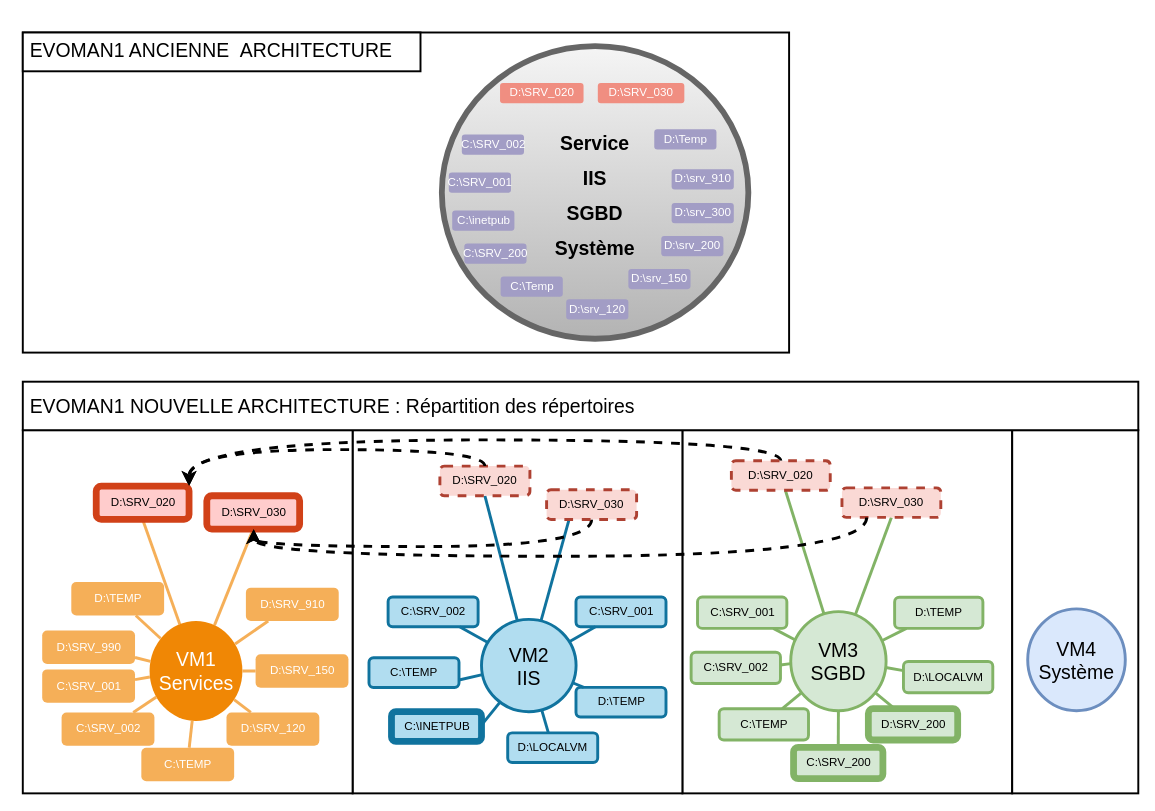
Earlier version of the draw.io diagram Untitled Diagram.drawio (aderty/cahierdevie). Source tidied: cells renumbered, new cells numbered last; positions are measured from the earlier drawing's top-left corner, leaving out a move shared by most shapes. Both pictures are drawn from the tidied source at 97%, with x=0, y=0 at pixel (22, 32).
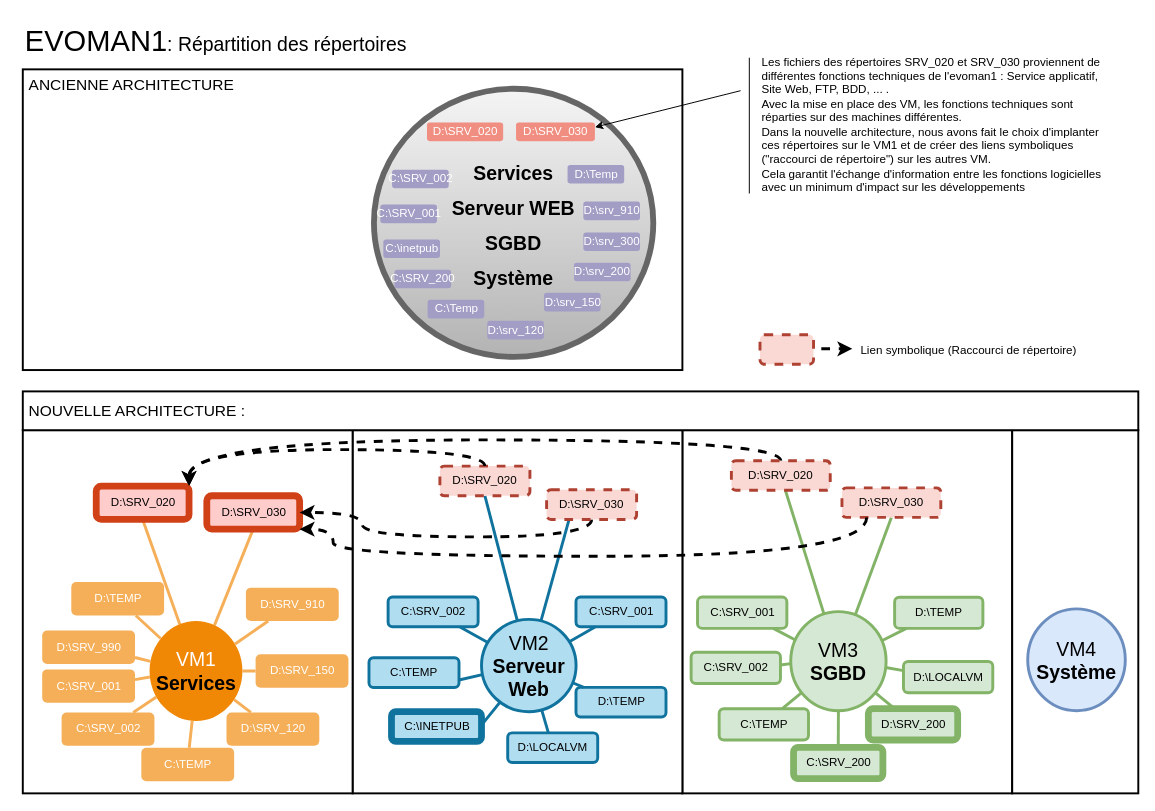
The same page after the edit.

Unchanged cells that the change refers to:
```xml
<mxCell id="76" value="D:\SRV_030" style="rounded=1;fillColor=#fad9d5;strokeColor=#ae4132;strokeWidth=3;shadow=0;html=1;dashed=1;" parent="1" vertex="1">
  <mxGeometry x="844.5" y="469.5" width="101.9" height="30.4" as="geometry" />
</mxCell>
<mxCell id="80" value="D:\SRV_030" style="rounded=1;fillColor=#ffcccc;strokeWidth=7;shadow=0;html=1;strokeColor=#D14118;" parent="1" vertex="1">
  <mxGeometry x="189.7" y="477.6" width="95.7" height="34.4" as="geometry" />
</mxCell>
<mxCell id="83" value="D:\SRV_030" style="rounded=1;fillColor=#fad9d5;strokeColor=#ae4132;strokeWidth=3;shadow=0;html=1;dashed=1;" parent="1" vertex="1">
  <mxGeometry x="540" y="471.4" width="92.8" height="30.6" as="geometry" />
</mxCell>
```

Diff of the diagram source:
```diff
@@
-    <mxCell id="5" value="&lt;font style=&quot;font-size: 20px&quot;&gt;&lt;br&gt;&lt;/font&gt;" style="rounded=0;whiteSpace=wrap;html=1;fontColor=#000000;strokeWidth=2;align=left;verticalAlign=top;" parent="1" vertex="1">
-      <mxGeometry width="790" height="330" as="geometry" />
+    <mxCell id="5" value="&lt;font style=&quot;font-size: 16px&quot;&gt;&amp;nbsp;ANCIENNE ARCHITECTURE&lt;br style=&quot;font-size: 16px&quot;&gt;&lt;/font&gt;" style="rounded=0;whiteSpace=wrap;html=1;fontColor=#000000;strokeWidth=2;align=left;verticalAlign=top;fontSize=16;" parent="1" vertex="1">
+      <mxGeometry y="38" width="680" height="310" as="geometry" />
     </mxCell>
@@
-    <mxCell id="7" value="VM4&lt;br&gt;Système" style="ellipse;whiteSpace=wrap;html=1;shadow=0;fontFamily=Helvetica;fontSize=20;align=center;strokeWidth=3;fillColor=#dae8fc;strokeColor=#6c8ebf;" parent="1" vertex="1">
+    <mxCell id="7" value="VM4&lt;br&gt;&lt;b&gt;Système&lt;/b&gt;" style="ellipse;whiteSpace=wrap;html=1;shadow=0;fontFamily=Helvetica;fontSize=20;align=center;strokeWidth=3;fillColor=#dae8fc;strokeColor=#6c8ebf;" parent="1" vertex="1">
       <mxGeometry x="1036" y="594.2" width="100.6" height="105" as="geometry" />
     </mxCell>
     <mxCell id="8" style="group;" parent="1" vertex="1">
-      <mxGeometry x="432" y="14" width="316" height="310" as="geometry" />
+      <mxGeometry x="362" y="58" width="288" height="284" as="geometry" />
     </mxCell>
-    <mxCell id="9" value="&lt;font style=&quot;font-size: 20px&quot;&gt;Service&lt;br&gt;IIS&lt;br&gt;SGBD&lt;br&gt;Système&lt;br&gt;&lt;/font&gt;" style="ellipse;whiteSpace=wrap;html=1;shadow=0;fontFamily=Helvetica;fontSize=30;align=center;strokeWidth=6;fontStyle=1;gradientColor=#b3b3b3;fillColor=#f5f5f5;strokeColor=#666666;" parent="8" vertex="1">
-      <mxGeometry width="316" height="301.7" as="geometry" />
+    <mxCell id="9" value="&lt;font style=&quot;font-size: 20px&quot;&gt;Services&lt;br&gt;Serveur WEB&lt;br&gt;SGBD&lt;br&gt;Système&lt;br&gt;&lt;/font&gt;" style="ellipse;whiteSpace=wrap;html=1;shadow=0;fontFamily=Helvetica;fontSize=30;align=center;strokeWidth=6;fontStyle=1;gradientColor=#b3b3b3;fillColor=#f5f5f5;strokeColor=#666666;" parent="8" vertex="1">
+      <mxGeometry width="288" height="276.4" as="geometry" />
     </mxCell>
     <mxCell id="10" value="D:\Temp" style="rounded=1;fillColor=#a29dc5;strokeColor=none;strokeWidth=3;shadow=0;html=1;fontColor=#FFFFFF;" parent="8" vertex="1">
-      <mxGeometry x="219" y="85.8" width="64.1" height="20.9" as="geometry" />
+      <mxGeometry x="199.6" y="78.6" width="58.4" height="19.2" as="geometry" />
     </mxCell>
     <mxCell id="11" value="C:\SRV_002" style="rounded=1;fillColor=#a29dc5;strokeColor=none;strokeWidth=3;shadow=0;html=1;fontColor=#FFFFFF;" parent="8" vertex="1">
-      <mxGeometry x="20.6" y="91.1" width="64.1" height="20.9" as="geometry" />
+      <mxGeometry x="18.7" y="83.4" width="58.4" height="19.2" as="geometry" />
     </mxCell>
     <mxCell id="12" value="D:\SRV_020" style="rounded=1;fillColor=#f08e81;strokeColor=none;strokeWidth=3;shadow=0;html=1;fontColor=#FFFFFF;" parent="8" vertex="1">
-      <mxGeometry x="60" y="38" width="86.1" height="20.9" as="geometry" />
+      <mxGeometry x="54.7" y="34.8" width="78.5" height="19.2" as="geometry" />
     </mxCell>
     <mxCell id="13" value="D:\SRV_030" style="rounded=1;fillColor=#f08e81;strokeColor=none;strokeWidth=3;shadow=0;html=1;fontColor=#FFFFFF;" parent="8" vertex="1">
-      <mxGeometry x="160.8" y="38" width="89.2" height="20.9" as="geometry" />
+      <mxGeometry x="146.5" y="34.8" width="81.3" height="19.2" as="geometry" />
     </mxCell>
     <mxCell id="14" value="C:\SRV_001" style="rounded=1;fillColor=#a29dc5;strokeColor=none;strokeWidth=3;shadow=0;html=1;fontColor=#FFFFFF;" parent="8" vertex="1">
-      <mxGeometry x="7.2" y="130.3" width="64.1" height="20.9" as="geometry" />
+      <mxGeometry x="6.6" y="119.4" width="58.4" height="19.2" as="geometry" />
     </mxCell>
     <mxCell id="15" value="C:\inetpub" style="rounded=1;fillColor=#a29dc5;strokeColor=none;strokeWidth=3;shadow=0;html=1;fontColor=#FFFFFF;" parent="8" vertex="1">
-      <mxGeometry x="10.7" y="169.5" width="64.1" height="20.9" as="geometry" />
+      <mxGeometry x="9.7" y="155.3" width="58.4" height="19.2" as="geometry" />
     </mxCell>
     <mxCell id="16" value="C:\SRV_200" style="rounded=1;fillColor=#a29dc5;strokeColor=none;strokeWidth=3;shadow=0;html=1;fontColor=#FFFFFF;" parent="8" vertex="1">
-      <mxGeometry x="23.2" y="203.5" width="64.1" height="20.9" as="geometry" />
+      <mxGeometry x="21.2" y="186.5" width="58.4" height="19.2" as="geometry" />
     </mxCell>
     <mxCell id="17" value="C:\Temp" style="rounded=1;fillColor=#a29dc5;strokeColor=none;strokeWidth=3;shadow=0;html=1;fontColor=#FFFFFF;" parent="8" vertex="1">
-      <mxGeometry x="60.6" y="237.5" width="64.1" height="20.9" as="geometry" />
+      <mxGeometry x="55.3" y="217.6" width="58.4" height="19.2" as="geometry" />
     </mxCell>
     <mxCell id="18" value="D:\srv_120" style="rounded=1;fillColor=#a29dc5;strokeColor=none;strokeWidth=3;shadow=0;html=1;fontColor=#FFFFFF;" parent="8" vertex="1">
-      <mxGeometry x="128.2" y="261.1" width="64.1" height="20.9" as="geometry" />
+      <mxGeometry x="116.8" y="239.2" width="58.4" height="19.2" as="geometry" />
     </mxCell>
     <mxCell id="19" value="D:\srv_150" style="rounded=1;fillColor=#a29dc5;strokeColor=none;strokeWidth=3;shadow=0;html=1;fontColor=#FFFFFF;" parent="8" vertex="1">
-      <mxGeometry x="192.3" y="229.7" width="64.1" height="20.9" as="geometry" />
+      <mxGeometry x="175.3" y="210.4" width="58.4" height="19.2" as="geometry" />
     </mxCell>
     <mxCell id="20" value="D:\srv_200" style="rounded=1;fillColor=#a29dc5;strokeColor=none;strokeWidth=3;shadow=0;html=1;fontColor=#FFFFFF;" parent="8" vertex="1">
-      <mxGeometry x="226.2" y="195.7" width="64.1" height="20.9" as="geometry" />
+      <mxGeometry x="206.2" y="179.3" width="58.4" height="19.2" as="geometry" />
     </mxCell>
     <mxCell id="21" value="D:\srv_300" style="rounded=1;fillColor=#a29dc5;strokeColor=none;strokeWidth=3;shadow=0;html=1;fontColor=#FFFFFF;" parent="8" vertex="1">
-      <mxGeometry x="236.9" y="161.7" width="64.1" height="20.9" as="geometry" />
+      <mxGeometry x="215.9" y="148.1" width="58.4" height="19.2" as="geometry" />
     </mxCell>
     <mxCell id="22" value="D:\srv_910" style="rounded=1;fillColor=#a29dc5;strokeColor=none;strokeWidth=3;shadow=0;html=1;fontColor=#FFFFFF;" parent="8" vertex="1">
-      <mxGeometry x="236.9" y="126.9" width="64.1" height="20.9" as="geometry" />
+      <mxGeometry x="215.9" y="116.3" width="58.4" height="19.2" as="geometry" />
     </mxCell>
@@
-    <mxCell id="29" value="VM3&lt;br&gt;SGBD" style="ellipse;whiteSpace=wrap;html=1;shadow=0;fontFamily=Helvetica;fontSize=20;align=center;strokeWidth=3;fillColor=#d5e8d4;strokeColor=#82b366;" parent="1" vertex="1">
+    <mxCell id="29" value="VM3&lt;br&gt;&lt;b&gt;SGBD&lt;/b&gt;" style="ellipse;whiteSpace=wrap;html=1;shadow=0;fontFamily=Helvetica;fontSize=20;align=center;strokeWidth=3;fillColor=#d5e8d4;strokeColor=#82b366;" parent="1" vertex="1">
       <mxGeometry x="791.7" y="597" width="98.3" height="102.2" as="geometry" />
     </mxCell>
@@
-    <mxCell id="37" value="VM1&lt;br&gt;Services" style="ellipse;whiteSpace=wrap;html=1;shadow=0;fontFamily=Helvetica;fontSize=20;fontColor=#FFFFFF;align=center;strokeWidth=3;fillColor=#F08705;strokeColor=none;gradientColor=none;" parent="1" vertex="1">
+    <mxCell id="37" value="VM1&lt;br&gt;&lt;b&gt;&lt;font color=&quot;#000000&quot;&gt;Services&lt;/font&gt;&lt;/b&gt;" style="ellipse;whiteSpace=wrap;html=1;shadow=0;fontFamily=Helvetica;fontSize=20;fontColor=#FFFFFF;align=center;strokeWidth=3;fillColor=#F08705;strokeColor=none;gradientColor=none;" parent="1" vertex="1">
       <mxGeometry x="130.7" y="606.7" width="95.7" height="103.1" as="geometry" />
     </mxCell>
@@
-    <mxCell id="54" value="VM2&lt;br&gt;IIS" style="ellipse;whiteSpace=wrap;html=1;shadow=0;fontFamily=Helvetica;fontSize=20;align=center;strokeWidth=3;fillColor=#b1ddf0;strokeColor=#10739e;" parent="1" vertex="1">
+    <mxCell id="54" value="VM2&lt;br&gt;&lt;b&gt;Serveur&lt;br&gt;Web&lt;br&gt;&lt;/b&gt;" style="ellipse;whiteSpace=wrap;html=1;shadow=0;fontFamily=Helvetica;fontSize=20;align=center;strokeWidth=3;fillColor=#b1ddf0;strokeColor=#10739e;" parent="1" vertex="1">
       <mxGeometry x="472.9" y="605" width="97.5" height="95.2" as="geometry" />
     </mxCell>
@@
-    <mxCell id="75" value="&lt;font style=&quot;font-size: 20px&quot;&gt;&amp;nbsp;EVOMAN1 NOUVELLE ARCHITECTURE :&amp;nbsp;&lt;/font&gt;&lt;span style=&quot;font-size: 20px&quot;&gt;Répartition des répertoires&lt;/span&gt;" style="rounded=0;whiteSpace=wrap;html=1;fontColor=#000000;strokeWidth=2;align=left;" parent="1" vertex="1">
-      <mxGeometry y="360" width="1150" height="50" as="geometry" />
+    <mxCell id="75" value="&lt;font style=&quot;font-size: 16px&quot;&gt;&amp;nbsp;NOUVELLE ARCHITECTURE :&amp;nbsp;&lt;/font&gt;" style="rounded=0;whiteSpace=wrap;html=1;fontColor=#000000;strokeWidth=2;align=left;fontSize=16;" parent="1" vertex="1">
+      <mxGeometry y="370" width="1150" height="40" as="geometry" />
     </mxCell>
@@
-    <mxCell id="82" style="edgeStyle=orthogonalEdgeStyle;curved=1;rounded=0;jettySize=auto;html=1;dashed=1;fontColor=#000000;strokeWidth=3;" parent="1" edge="1" source="83" target="80">
+    <mxCell id="82" style="edgeStyle=orthogonalEdgeStyle;curved=1;rounded=0;jettySize=auto;html=1;dashed=1;fontColor=#000000;strokeWidth=3;entryX=1;entryY=0.5;entryDx=0;entryDy=0;" parent="1" edge="1" source="83" target="80">
       <mxGeometry relative="1" as="geometry">
         <Array as="points">
-          <mxPoint x="586" y="530" />
-          <mxPoint x="238" y="530" />
+          <mxPoint x="586" y="520" />
+          <mxPoint x="350" y="520" />
+          <mxPoint x="350" y="495" />
         </Array>
       </mxGeometry>
     </mxCell>
@@
-    <mxCell id="84" value="&lt;font style=&quot;font-size: 20px&quot;&gt;&amp;nbsp;EVOMAN1 ANCIENNE &amp;nbsp;ARCHITECTURE&amp;nbsp;&lt;br&gt;&lt;br&gt;&lt;/font&gt;" style="rounded=0;whiteSpace=wrap;html=1;fontColor=#000000;strokeWidth=2;align=left;verticalAlign=top;" parent="1" vertex="1">
-      <mxGeometry width="410" height="40" as="geometry" />
+    <mxCell id="84" value="&lt;font style=&quot;font-size: 20px&quot;&gt;&amp;nbsp;&lt;/font&gt;&lt;font style=&quot;font-size: 30px&quot;&gt;EVOMAN1&lt;/font&gt;&lt;font style=&quot;font-size: 20px&quot;&gt;: Répartition des répertoires&lt;br style=&quot;font-size: 20px&quot;&gt;&lt;/font&gt;" style="rounded=0;whiteSpace=wrap;html=1;fontColor=#000000;strokeWidth=2;align=left;verticalAlign=top;strokeColor=#FFFFFF;fontSize=20;" parent="1" vertex="1">
+      <mxGeometry x="-5" y="-15" width="520" height="40" as="geometry" />
     </mxCell>
@@
-    <mxCell id="86" style="edgeStyle=orthogonalEdgeStyle;curved=1;rounded=0;jettySize=auto;html=1;dashed=1;fontColor=#000000;strokeWidth=3;exitX=0.25;exitY=1;exitDx=0;exitDy=0;" parent="1" edge="1" source="76" target="80">
+    <mxCell id="86" style="edgeStyle=orthogonalEdgeStyle;curved=1;rounded=0;jettySize=auto;html=1;dashed=1;fontColor=#000000;strokeWidth=3;exitX=0.25;exitY=1;exitDx=0;exitDy=0;entryX=1;entryY=1;entryDx=0;entryDy=0;" parent="1" edge="1" source="76" target="80">
       <mxGeometry relative="1" as="geometry">
         <Array as="points">
           <mxPoint x="870" y="540" />
-          <mxPoint x="238" y="540" />
+          <mxPoint x="320" y="540" />
+          <mxPoint x="320" y="512" />
         </Array>
       </mxGeometry>
     </mxCell>
+    <mxCell id="87" style="endArrow=classic;html=1;dashed=1;fontColor=#000000;strokeWidth=3;" parent="1" edge="1">
+      <mxGeometry relative="1" as="geometry">
+        <mxPoint x="805.2" y="326.1" as="sourcePoint" />
+        <mxPoint x="855.2" y="326.1" as="targetPoint" />
+      </mxGeometry>
+    </mxCell>
+    <mxCell id="88" value="&lt;font style=&quot;font-size: 12px&quot;&gt;Lien symbolique (Raccourci de répertoire)&lt;br&gt;&lt;/font&gt;" style="rounded=0;whiteSpace=wrap;html=1;fontColor=#000000;strokeWidth=2;align=left;verticalAlign=top;gradientColor=#ffffff;strokeColor=#FFFFFF;" parent="1" vertex="1">
+      <mxGeometry x="861.9" y="313.8" width="233.4" height="26" as="geometry" />
+    </mxCell>
+    <mxCell id="89" style="rounded=1;fillColor=#fad9d5;strokeColor=#ae4132;strokeWidth=3;shadow=0;html=1;dashed=1;" parent="1" vertex="1">
+      <mxGeometry x="760" y="311.6" width="55.2" height="30.4" as="geometry" />
+    </mxCell>
+    <mxCell id="90" style="endArrow=classic;html=1;fontSize=20;fontColor=#000000;strokeWidth=1;entryX=1;entryY=0.25;entryDx=0;entryDy=0;" parent="1" edge="1" target="13">
+      <mxGeometry relative="1" as="geometry">
+        <mxPoint x="740" y="60" as="sourcePoint" />
+      </mxGeometry>
+    </mxCell>
+    <mxCell id="91" style="endArrow=none;html=1;fontSize=20;fontColor=#000000;strokeWidth=1;" parent="1" edge="1">
+      <mxGeometry relative="1" as="geometry">
+        <mxPoint x="749" y="166" as="sourcePoint" />
+        <mxPoint x="749" y="26" as="targetPoint" />
+      </mxGeometry>
+    </mxCell>
+    <mxCell id="92" value="&lt;div style=&quot;font-family: &amp;#34;arial&amp;#34; , &amp;#34;helvetica&amp;#34; , sans-serif ; background-color: rgb(255 , 255 , 255)&quot;&gt;&lt;font style=&quot;font-size: 12px&quot;&gt;&lt;font style=&quot;font-size: 12px&quot;&gt;Les fichiers des répertoires SRV_020 et SRV_030 proviennent de différentes fonctions techniques de l'evoman1 :&amp;nbsp;&lt;/font&gt;Service applicatif, Site Web, FTP, BDD, ... .&lt;/font&gt;&lt;/div&gt;&lt;div style=&quot;font-family: &amp;#34;arial&amp;#34; , &amp;#34;helvetica&amp;#34; , sans-serif ; background-color: rgb(255 , 255 , 255)&quot;&gt;&lt;font style=&quot;font-size: 12px&quot;&gt;Avec la mise en place des VM, les fonctions techniques sont réparties sur des machines différentes.&lt;/font&gt;&lt;/div&gt;&lt;div style=&quot;font-family: &amp;#34;arial&amp;#34; , &amp;#34;helvetica&amp;#34; , sans-serif ; background-color: rgb(255 , 255 , 255)&quot;&gt;&lt;font style=&quot;font-size: 12px&quot;&gt;Dans la nouvelle architecture, nous avons fait le choix d'implanter ces répertoires sur le VM1 et de créer des liens symboliques (&quot;raccourci de répertoire&quot;) sur les autres VM.&lt;br&gt;Cela garantit l'échange d'information entre les fonctions logicielles avec un minimum&amp;nbsp;d'impact sur les développements&lt;br&gt;&lt;/font&gt;&lt;/div&gt;" style="rounded=1;strokeWidth=3;shadow=0;html=1;dashed=1;strokeColor=#FFFFFF;fillColor=#FFFFFF;align=left;whiteSpace=wrap;" parent="1" vertex="1">
+      <mxGeometry x="760" y="30" width="370" height="130" as="geometry" />
+    </mxCell>
```
